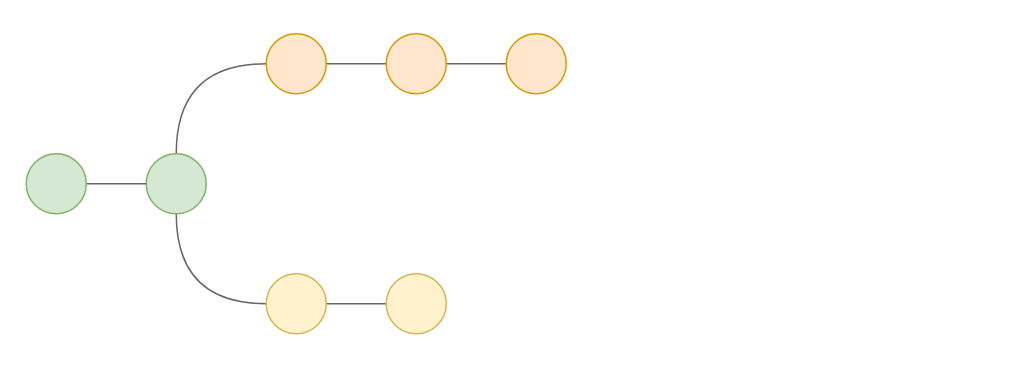
Earlier version of the draw.io diagram page "1" (1 of 15) of assets/img/git-scm-experience/Untitled Diagram.drawio (ChoDragon9/chodragon9.github.io). Source tidied: cells renumbered, new cells numbered last; positions are measured from the earlier drawing's top-left corner, leaving out a move shared by most shapes. Both pictures are drawn from the tidied source at 150%, with x=0, y=0 at pixel (26, 33).
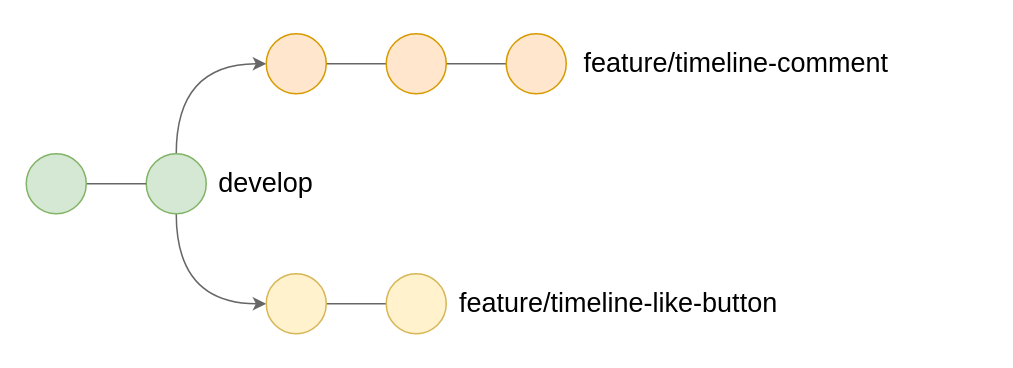
Above is the later version.

What changed in the source:
```diff
@@
 <mxGraphModel>
   <root>
     <mxCell id="0" />
     <mxCell id="1" parent="0" />
-    <mxCell id="2" style="edgeStyle=orthogonalEdgeStyle;curved=1;rounded=0;jettySize=auto;html=1;exitX=0.5;exitY=0;exitDx=0;exitDy=0;entryX=0;entryY=0.5;entryDx=0;entryDy=0;endArrow=none;endFill=0;strokeColor=#666666;" parent="1" edge="1" source="4" target="8">
+    <mxCell id="2" style="edgeStyle=orthogonalEdgeStyle;curved=1;rounded=0;jettySize=auto;html=1;exitX=0.5;exitY=0;exitDx=0;exitDy=0;entryX=0;entryY=0.5;entryDx=0;entryDy=0;endArrow=classic;endFill=1;strokeColor=#666666;" parent="1" edge="1" source="4" target="8">
       <mxGeometry relative="1" as="geometry" />
     </mxCell>
-    <mxCell id="3" style="edgeStyle=orthogonalEdgeStyle;curved=1;rounded=0;jettySize=auto;html=1;exitX=0.5;exitY=1;exitDx=0;exitDy=0;entryX=0;entryY=0.5;entryDx=0;entryDy=0;endArrow=none;endFill=0;strokeColor=#666666;" parent="1" edge="1" source="4" target="13">
+    <mxCell id="3" style="edgeStyle=orthogonalEdgeStyle;curved=1;rounded=0;jettySize=auto;html=1;exitX=0.5;exitY=1;exitDx=0;exitDy=0;entryX=0;entryY=0.5;entryDx=0;entryDy=0;endArrow=classic;endFill=1;strokeColor=#666666;" parent="1" edge="1" source="4" target="13">
       <mxGeometry relative="1" as="geometry" />
     </mxCell>
     <mxCell id="4" style="ellipse;whiteSpace=wrap;html=1;fillColor=#d5e8d4;strokeColor=#82b366;" parent="1" vertex="1">
       <mxGeometry x="80" y="80" width="40" height="40" as="geometry" />
     </mxCell>
     <mxCell id="5" style="edgeStyle=orthogonalEdgeStyle;rounded=0;jettySize=auto;html=1;exitX=1;exitY=0.5;exitDx=0;exitDy=0;entryX=0;entryY=0.5;entryDx=0;entryDy=0;endArrow=none;endFill=0;curved=1;strokeColor=#666666;" parent="1" edge="1" source="6" target="4">
       <mxGeometry relative="1" as="geometry" />
     </mxCell>
     <mxCell id="6" style="ellipse;whiteSpace=wrap;html=1;fillColor=#d5e8d4;strokeColor=#82b366;" parent="1" vertex="1">
       <mxGeometry y="80" width="40" height="40" as="geometry" />
     </mxCell>
     <mxCell id="7" style="edgeStyle=orthogonalEdgeStyle;curved=1;rounded=0;jettySize=auto;html=1;exitX=1;exitY=0.5;exitDx=0;exitDy=0;entryX=0;entryY=0.5;entryDx=0;entryDy=0;endArrow=none;endFill=0;strokeColor=#666666;" parent="1" edge="1" source="8" target="10">
       <mxGeometry relative="1" as="geometry" />
     </mxCell>
     <mxCell id="8" style="ellipse;whiteSpace=wrap;html=1;fillColor=#ffe6cc;strokeColor=#d79b00;" parent="1" vertex="1">
       <mxGeometry x="160" width="40" height="40" as="geometry" />
     </mxCell>
     <mxCell id="9" style="edgeStyle=orthogonalEdgeStyle;curved=1;rounded=0;jettySize=auto;html=1;exitX=1;exitY=0.5;exitDx=0;exitDy=0;entryX=0;entryY=0.5;entryDx=0;entryDy=0;endArrow=none;endFill=0;strokeColor=#666666;" parent="1" edge="1" source="10" target="11">
       <mxGeometry relative="1" as="geometry" />
     </mxCell>
     <mxCell id="10" style="ellipse;whiteSpace=wrap;html=1;fillColor=#ffe6cc;strokeColor=#d79b00;" parent="1" vertex="1">
       <mxGeometry x="240" width="40" height="40" as="geometry" />
     </mxCell>
     <mxCell id="11" style="ellipse;whiteSpace=wrap;html=1;fillColor=#ffe6cc;strokeColor=#d79b00;" parent="1" vertex="1">
       <mxGeometry x="320" width="40" height="40" as="geometry" />
     </mxCell>
     <mxCell id="12" style="edgeStyle=orthogonalEdgeStyle;curved=1;rounded=0;jettySize=auto;html=1;exitX=1;exitY=0.5;exitDx=0;exitDy=0;entryX=0;entryY=0.5;entryDx=0;entryDy=0;endArrow=none;endFill=0;strokeColor=#666666;" parent="1" edge="1" source="13" target="14">
       <mxGeometry relative="1" as="geometry" />
     </mxCell>
     <mxCell id="13" style="ellipse;whiteSpace=wrap;html=1;fillColor=#fff2cc;strokeColor=#d6b656;" parent="1" vertex="1">
       <mxGeometry x="160" y="160" width="40" height="40" as="geometry" />
     </mxCell>
     <mxCell id="14" style="ellipse;whiteSpace=wrap;html=1;fillColor=#fff2cc;strokeColor=#d6b656;" parent="1" vertex="1">
       <mxGeometry x="240" y="160" width="40" height="40" as="geometry" />
     </mxCell>
+    <mxCell id="15" value="&lt;h2&gt;&lt;font style=&quot;font-weight: normal&quot;&gt;develop&lt;/font&gt;&lt;/h2&gt;" style="text;html=1;strokeColor=none;fillColor=none;align=center;verticalAlign=middle;whiteSpace=wrap;rounded=0;fontFamily=Helvetica;" parent="1" vertex="1">
+      <mxGeometry x="140" y="90" width="40" height="20" as="geometry" />
+    </mxCell>
+    <mxCell id="16" value="&lt;h2&gt;&lt;font style=&quot;font-weight: normal&quot;&gt;feature/timeline-like-button&lt;/font&gt;&lt;/h2&gt;" style="text;html=1;strokeColor=none;fillColor=none;align=left;verticalAlign=middle;whiteSpace=wrap;rounded=0;fontFamily=Helvetica;fontStyle=0;" parent="1" vertex="1">
+      <mxGeometry x="287" y="170" width="270" height="20" as="geometry" />
+    </mxCell>
+    <mxCell id="17" value="&lt;h2&gt;&lt;font style=&quot;font-weight: normal&quot;&gt;feature/timeline-comment&lt;/font&gt;&lt;/h2&gt;" style="text;html=1;strokeColor=none;fillColor=none;align=left;verticalAlign=middle;whiteSpace=wrap;rounded=0;fontFamily=Helvetica;fontStyle=0;" parent="1" vertex="1">
+      <mxGeometry x="370" y="10" width="270" height="20" as="geometry" />
+    </mxCell>
   </root>
 </mxGraphModel>
```
